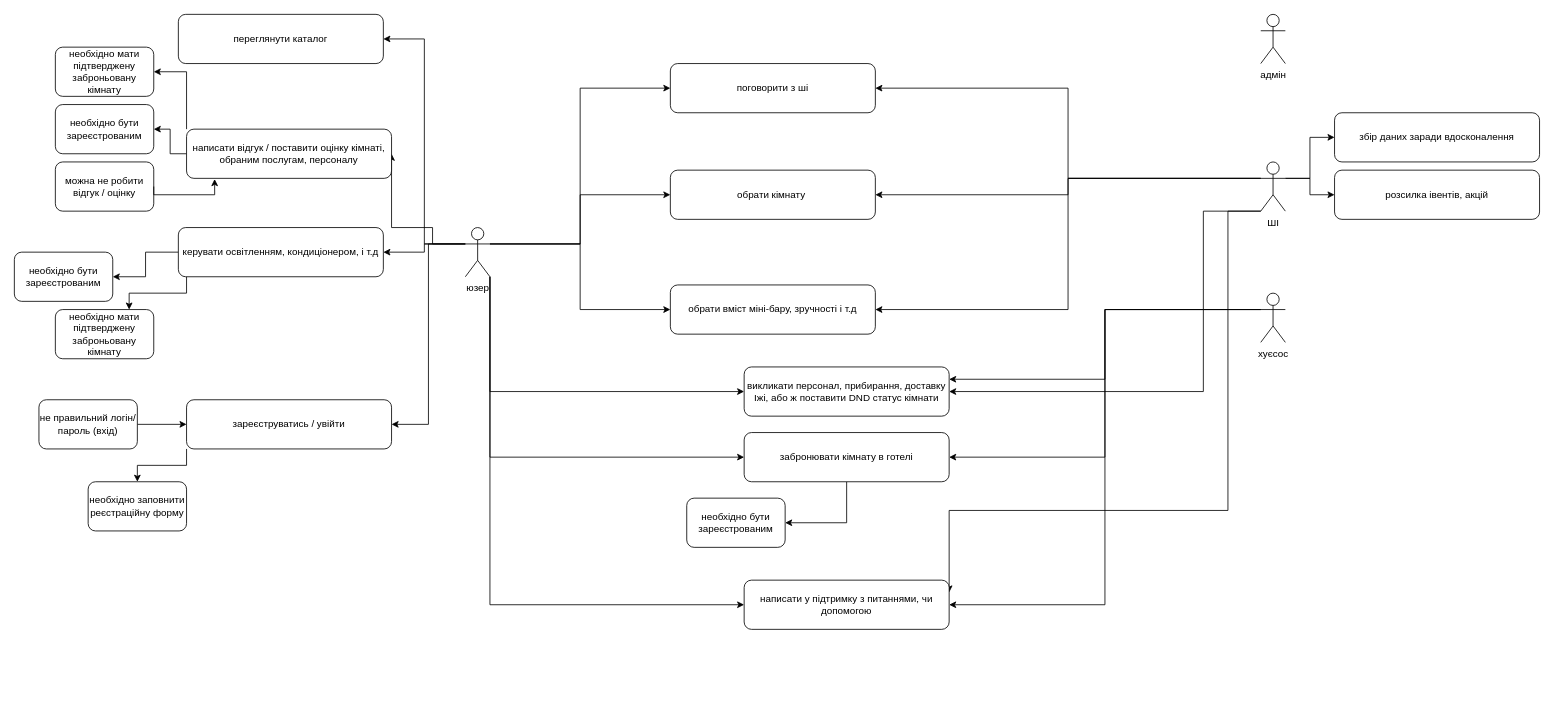
The draw.io diagram dafa.drawio in Maksym-Perehinets/TSPP, before the edit. Source tidied: cells renumbered, new cells numbered last; positions are measured from the earlier drawing's top-left corner, leaving out a move shared by most shapes. Both pictures are drawn from the tidied source at 82%, with x=0, y=0 at pixel (14, 14).
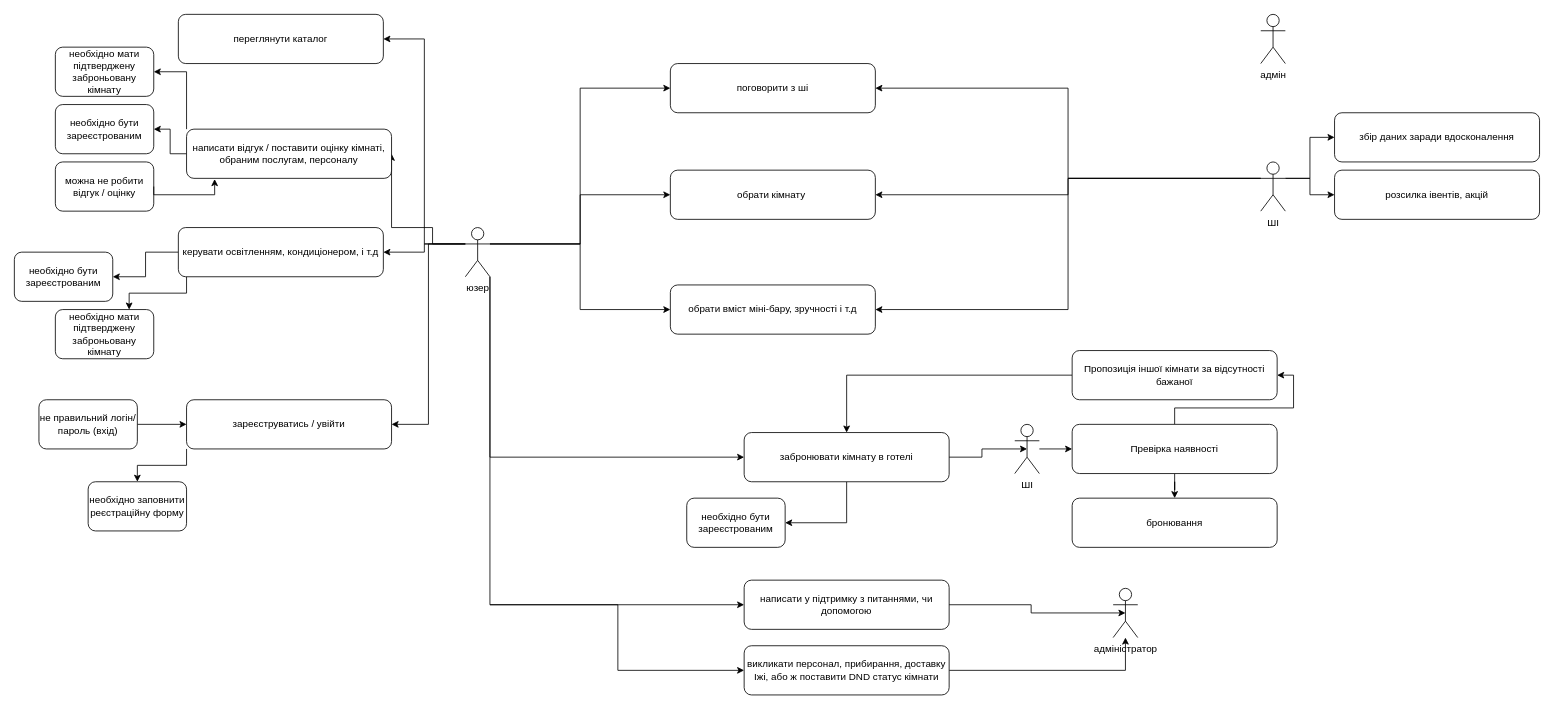
The same page after the edit.

Commit message:
ьштщк куафісещк фтв гзвфеу.drawio

Unchanged cells that the change refers to:
```xml
<mxCell id="12" value="юзер" style="shape=umlActor;verticalLabelPosition=bottom;verticalAlign=top;html=1;outlineConnect=0;" parent="1" vertex="1">
  <mxGeometry x="550" y="260" width="30" height="60" as="geometry" />
</mxCell>
<mxCell id="14" value="забронювати кімнату в готелі" style="rounded=1;whiteSpace=wrap;html=1;" parent="1" vertex="1">
  <mxGeometry x="890" y="510" width="250" height="60" as="geometry" />
</mxCell>
<mxCell id="25" value="ШІ" style="shape=umlActor;verticalLabelPosition=bottom;verticalAlign=top;html=1;outlineConnect=0;" parent="1" vertex="1">
  <mxGeometry x="1520" y="180" width="30" height="60" as="geometry" />
</mxCell>
<mxCell id="31" value="написати у підтримку з питаннями, чи допомогою" style="rounded=1;whiteSpace=wrap;html=1;" parent="1" vertex="1">
  <mxGeometry x="890" y="690" width="250" height="60" as="geometry" />
</mxCell>
```

Diff of the diagram source:
```diff
@@
-    <mxCell id="8" style="edgeStyle=orthogonalEdgeStyle;rounded=0;jettySize=auto;html=1;exitX=1;exitY=1;exitDx=0;exitDy=0;exitPerimeter=0;entryX=0;entryY=0.5;entryDx=0;entryDy=0;" parent="1" edge="1" source="12" target="39">
-      <mxGeometry relative="1" as="geometry" />
+    <mxCell id="8" style="edgeStyle=orthogonalEdgeStyle;rounded=0;jettySize=auto;html=1;entryX=0;entryY=0.5;entryDx=0;entryDy=0;" parent="1" edge="1" target="39">
+      <mxGeometry relative="1" as="geometry">
+        <mxPoint x="580" y="720" as="sourcePoint" />
+        <Array as="points">
+          <mxPoint x="580" y="720" />
+          <mxPoint x="736" y="720" />
+          <mxPoint x="736" y="800" />
+        </Array>
+      </mxGeometry>
     </mxCell>
@@
-    <mxCell id="21" style="edgeStyle=orthogonalEdgeStyle;rounded=0;jettySize=auto;html=1;exitX=0;exitY=1;exitDx=0;exitDy=0;exitPerimeter=0;entryX=1;entryY=0.5;entryDx=0;entryDy=0;" parent="1" edge="1" source="25" target="39">
-      <mxGeometry relative="1" as="geometry">
-        <Array as="points">
-          <mxPoint x="1450" y="240" />
-          <mxPoint x="1450" y="460" />
-        </Array>
-      </mxGeometry>
-    </mxCell>
-    <mxCell id="22" style="edgeStyle=orthogonalEdgeStyle;rounded=0;jettySize=auto;html=1;exitX=0;exitY=1;exitDx=0;exitDy=0;exitPerimeter=0;entryX=1;entryY=0.25;entryDx=0;entryDy=0;" parent="1" edge="1" source="25" target="31">
-      <mxGeometry relative="1" as="geometry">
-        <Array as="points">
-          <mxPoint x="1480" y="240" />
-          <mxPoint x="1480" y="605" />
-        </Array>
-      </mxGeometry>
-    </mxCell>
@@
-    <mxCell id="26" style="edgeStyle=orthogonalEdgeStyle;rounded=0;jettySize=auto;html=1;exitX=0;exitY=0.3333333333333333;exitDx=0;exitDy=0;exitPerimeter=0;entryX=1;entryY=0.25;entryDx=0;entryDy=0;" parent="1" edge="1" source="29" target="39">
-      <mxGeometry relative="1" as="geometry" />
-    </mxCell>
-    <mxCell id="27" style="edgeStyle=orthogonalEdgeStyle;rounded=0;jettySize=auto;html=1;exitX=0;exitY=0.3333333333333333;exitDx=0;exitDy=0;exitPerimeter=0;entryX=1;entryY=0.5;entryDx=0;entryDy=0;" parent="1" edge="1" source="29" target="14">
-      <mxGeometry relative="1" as="geometry" />
-    </mxCell>
-    <mxCell id="28" style="edgeStyle=orthogonalEdgeStyle;rounded=0;jettySize=auto;html=1;exitX=0;exitY=0.3333333333333333;exitDx=0;exitDy=0;exitPerimeter=0;entryX=1;entryY=0.5;entryDx=0;entryDy=0;" parent="1" edge="1" source="29" target="31">
-      <mxGeometry relative="1" as="geometry" />
-    </mxCell>
-    <mxCell id="29" value="хуєсос" style="shape=umlActor;verticalLabelPosition=bottom;verticalAlign=top;html=1;outlineConnect=0;" parent="1" vertex="1">
-      <mxGeometry x="1520" y="340" width="30" height="60" as="geometry" />
+    <mxCell id="29" value="&lt;div&gt;адміністратор&lt;/div&gt;&lt;div&gt;&lt;br&gt;&lt;/div&gt;" style="shape=umlActor;verticalLabelPosition=bottom;verticalAlign=top;html=1;outlineConnect=0;" parent="1" vertex="1">
+      <mxGeometry x="1340" y="700" width="30" height="60" as="geometry" />
     </mxCell>
@@
+    <mxCell id="54" style="edgeStyle=orthogonalEdgeStyle;rounded=0;jettySize=auto;html=1;" parent="1" edge="1" source="39" target="29">
+      <mxGeometry relative="1" as="geometry" />
+    </mxCell>
     <mxCell id="39" value="викликати персонал, прибирання, доставку Іжі, або ж поставити DND статус кімнати" style="rounded=1;whiteSpace=wrap;html=1;" parent="1" vertex="1">
-      <mxGeometry x="890" y="430" width="250" height="60" as="geometry" />
+      <mxGeometry x="890" y="770" width="250" height="60" as="geometry" />
     </mxCell>
@@
+    <mxCell id="55" style="edgeStyle=orthogonalEdgeStyle;rounded=0;jettySize=auto;html=1;entryX=0.5;entryY=0;entryDx=0;entryDy=0;" parent="1" edge="1" source="57" target="58">
+      <mxGeometry relative="1" as="geometry" />
+    </mxCell>
+    <mxCell id="56" style="edgeStyle=orthogonalEdgeStyle;rounded=0;jettySize=auto;html=1;entryX=1;entryY=0.5;entryDx=0;entryDy=0;" parent="1" edge="1" source="57" target="60">
+      <mxGeometry relative="1" as="geometry" />
+    </mxCell>
+    <mxCell id="57" value="Превірка наявності " style="rounded=1;whiteSpace=wrap;html=1;" parent="1" vertex="1">
+      <mxGeometry x="1290" y="500" width="250" height="60" as="geometry" />
+    </mxCell>
+    <mxCell id="58" value="бронювання" style="rounded=1;whiteSpace=wrap;html=1;" parent="1" vertex="1">
+      <mxGeometry x="1290" y="590" width="250" height="60" as="geometry" />
+    </mxCell>
+    <mxCell id="59" style="edgeStyle=orthogonalEdgeStyle;rounded=0;jettySize=auto;html=1;entryX=0.5;entryY=0;entryDx=0;entryDy=0;" parent="1" edge="1" source="60" target="14">
+      <mxGeometry relative="1" as="geometry" />
+    </mxCell>
+    <mxCell id="60" value="Пропозиція іншої кімнати за відсутності бажаної" style="rounded=1;whiteSpace=wrap;html=1;" parent="1" vertex="1">
+      <mxGeometry x="1290" y="410" width="250" height="60" as="geometry" />
+    </mxCell>
+    <mxCell id="61" style="edgeStyle=orthogonalEdgeStyle;rounded=0;jettySize=auto;html=1;entryX=0;entryY=0.5;entryDx=0;entryDy=0;" parent="1" edge="1" source="62" target="57">
+      <mxGeometry relative="1" as="geometry" />
+    </mxCell>
+    <mxCell id="62" value="ШІ" style="shape=umlActor;verticalLabelPosition=bottom;verticalAlign=top;html=1;outlineConnect=0;" parent="1" vertex="1">
+      <mxGeometry x="1220" y="500" width="30" height="60" as="geometry" />
+    </mxCell>
+    <mxCell id="63" style="edgeStyle=orthogonalEdgeStyle;rounded=0;jettySize=auto;html=1;entryX=0.5;entryY=0.5;entryDx=0;entryDy=0;entryPerimeter=0;" parent="1" edge="1" source="14" target="62">
+      <mxGeometry relative="1" as="geometry" />
+    </mxCell>
+    <mxCell id="64" style="edgeStyle=orthogonalEdgeStyle;rounded=0;jettySize=auto;html=1;entryX=0.5;entryY=0.5;entryDx=0;entryDy=0;entryPerimeter=0;" parent="1" edge="1" source="31" target="29">
+      <mxGeometry relative="1" as="geometry" />
+    </mxCell>
```
